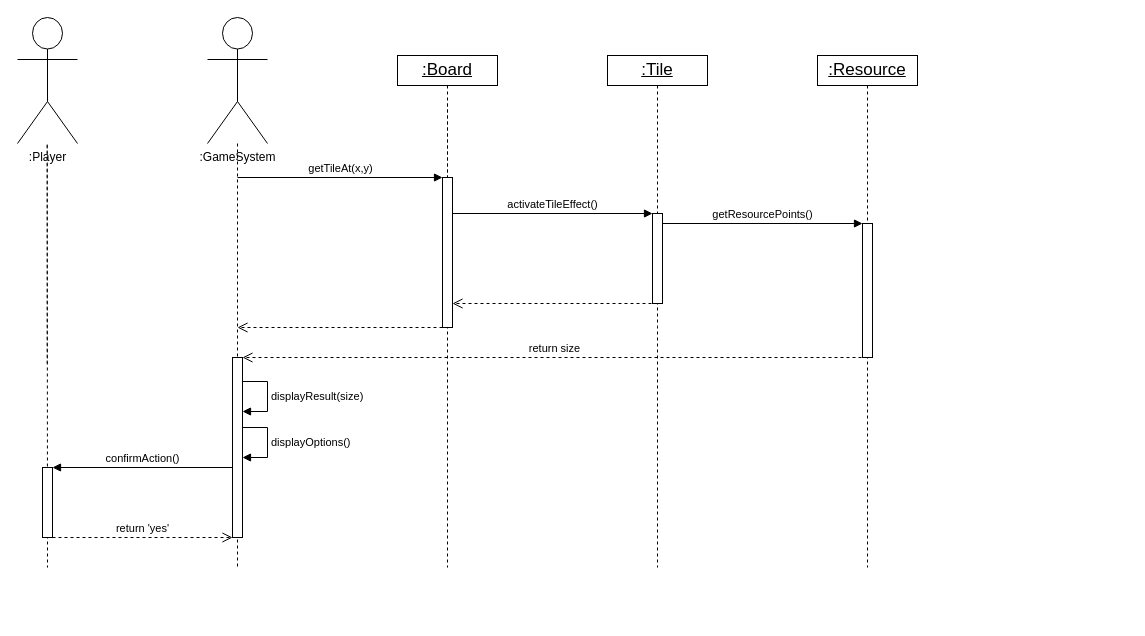
Before: page "Encounter Resource" (5 of 5) of Deliverables/Semester 1/PDF Report/Diagrams/Sequence Diagrams/Peter's Sequence diagrams.drawio in Xelodico/engineers-without-borders, a draw.io diagram. Source tidied: cells renumbered, new cells numbered last; positions are measured from the earlier drawing's top-left corner, leaving out a move shared by most shapes. Both pictures are drawn from the tidied source at 100%, with x=0, y=0 at pixel (17, 17).
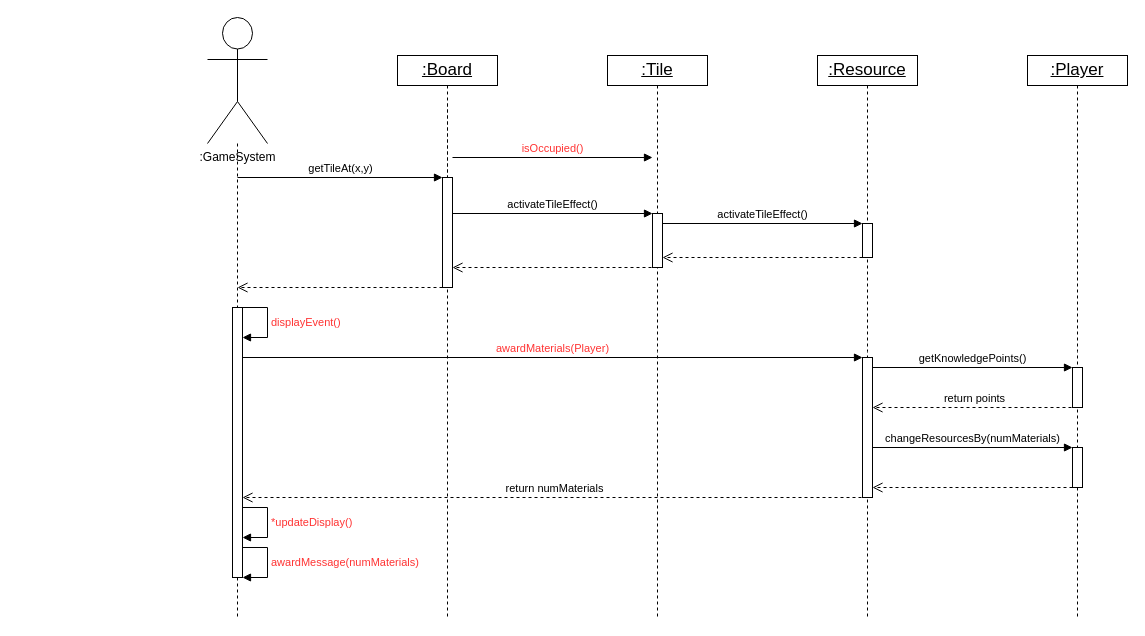
The same diagram, later.

Unchanged cells that the change refers to:
```xml
<mxCell id="2" value=":GameSystem" style="shape=umlActor;verticalLabelPosition=bottom;verticalAlign=top;html=1;outlineConnect=0;" parent="1" vertex="1">
  <mxGeometry x="190" width="60" height="126" as="geometry" />
</mxCell>
<mxCell id="12" value=":Tile" style="html=1;whiteSpace=wrap;fontStyle=4;fontSize=17;horizontal=1;" parent="1" vertex="1">
  <mxGeometry x="590" y="38" width="100" height="30" as="geometry" />
</mxCell>
<mxCell id="13" value=":Resource" style="html=1;whiteSpace=wrap;fontStyle=4;fontSize=17;horizontal=1;" parent="1" vertex="1">
  <mxGeometry x="800" y="38" width="100" height="30" as="geometry" />
</mxCell>
```

Diff of the diagram source:
```diff
@@
     <mxCell id="4" style="edgeStyle=orthogonalEdgeStyle;rounded=0;orthogonalLoop=1;jettySize=auto;html=1;dashed=1;endArrow=none;endFill=0;exitX=0.5;exitY=1;exitDx=0;exitDy=0;" parent="1" edge="1">
       <mxGeometry relative="1" as="geometry">
         <mxPoint x="430" y="86" as="sourcePoint" />
-        <mxPoint x="430" y="550" as="targetPoint" />
+        <mxPoint x="430" y="600" as="targetPoint" />
         <Array as="points">
           <mxPoint x="430" y="376" />
         </Array>
       </mxGeometry>
     </mxCell>
     <mxCell id="5" style="html=1;verticalAlign=bottom;endArrow=open;dashed=1;endSize=8;curved=0;rounded=0;" parent="1" edge="1" source="7">
       <mxGeometry relative="1" as="geometry">
-        <mxPoint x="220" y="310" as="targetPoint" />
+        <mxPoint x="220" y="270" as="targetPoint" />
       </mxGeometry>
     </mxCell>
@@
     <mxCell id="7" style="html=1;points=[[0,0,0,0,5],[0,1,0,0,-5],[1,0,0,0,5],[1,1,0,0,-5]];perimeter=orthogonalPerimeter;outlineConnect=0;targetShapes=umlLifeline;portConstraint=eastwest;newEdgeStyle={&quot;curved&quot;:0,&quot;rounded&quot;:0};" parent="1" vertex="1">
-      <mxGeometry x="425" y="160" width="10" height="150" as="geometry" />
+      <mxGeometry x="425" y="160" width="10" height="110" as="geometry" />
     </mxCell>
     <mxCell id="8" style="edgeStyle=orthogonalEdgeStyle;rounded=0;jettySize=auto;html=1;dashed=1;endArrow=none;endFill=0;exitX=0.5;exitY=1;exitDx=0;exitDy=0;" parent="1" edge="1" source="12">
       <mxGeometry relative="1" as="geometry">
-        <mxPoint x="640" y="550" as="targetPoint" />
+        <mxPoint x="640" y="600" as="targetPoint" />
       </mxGeometry>
     </mxCell>
     <mxCell id="9" style="html=1;points=[[0,0,0,0,5],[0,1,0,0,-5],[1,0,0,0,5],[1,1,0,0,-5]];perimeter=orthogonalPerimeter;outlineConnect=0;targetShapes=umlLifeline;portConstraint=eastwest;newEdgeStyle={&quot;curved&quot;:0,&quot;rounded&quot;:0};" parent="1" vertex="1">
-      <mxGeometry x="635" y="196" width="10" height="90" as="geometry" />
+      <mxGeometry x="635" y="196" width="10" height="54" as="geometry" />
     </mxCell>
@@
     <mxCell id="11" style="html=1;verticalAlign=bottom;endArrow=open;dashed=1;endSize=8;curved=0;rounded=0;" parent="1" edge="1">
       <mxGeometry relative="1" as="geometry">
-        <mxPoint x="640" y="286" as="sourcePoint" />
-        <mxPoint x="435" y="286" as="targetPoint" />
+        <mxPoint x="640" y="250" as="sourcePoint" />
+        <mxPoint x="435" y="250" as="targetPoint" />
       </mxGeometry>
     </mxCell>
@@
     <mxCell id="14" style="edgeStyle=orthogonalEdgeStyle;rounded=0;jettySize=auto;html=1;dashed=1;endArrow=none;endFill=0;exitX=0.5;exitY=1;exitDx=0;exitDy=0;" parent="1" edge="1" source="13">
       <mxGeometry relative="1" as="geometry">
-        <mxPoint x="850" y="550" as="targetPoint" />
+        <mxPoint x="850" y="600" as="targetPoint" />
       </mxGeometry>
     </mxCell>
     <mxCell id="15" style="html=1;points=[[0,0,0,0,5],[0,1,0,0,-5],[1,0,0,0,5],[1,1,0,0,-5]];perimeter=orthogonalPerimeter;outlineConnect=0;targetShapes=umlLifeline;portConstraint=eastwest;newEdgeStyle={&quot;curved&quot;:0,&quot;rounded&quot;:0};" parent="1" vertex="1">
-      <mxGeometry x="845" y="206" width="10" height="134" as="geometry" />
+      <mxGeometry x="845" y="206" width="10" height="34" as="geometry" />
     </mxCell>
-    <mxCell id="16" value="getResourcePoints()" style="html=1;verticalAlign=bottom;endArrow=block;curved=0;rounded=0;" parent="1" edge="1">
+    <mxCell id="16" value="activateTileEffect()" style="html=1;verticalAlign=bottom;endArrow=block;curved=0;rounded=0;fontColor=#000000;" parent="1" edge="1">
       <mxGeometry relative="1" as="geometry">
         <mxPoint x="645" y="206" as="sourcePoint" />
         <mxPoint x="845" y="206" as="targetPoint" />
       </mxGeometry>
     </mxCell>
-    <mxCell id="17" value="return size" style="html=1;verticalAlign=bottom;endArrow=open;dashed=1;endSize=8;curved=0;rounded=0;entryX=1;entryY=0;entryDx=0;entryDy=5;entryPerimeter=0;" parent="1" edge="1">
+    <mxCell id="17" value="return numMaterials" style="html=1;verticalAlign=bottom;endArrow=open;dashed=1;endSize=8;curved=0;rounded=0;entryX=1;entryY=0;entryDx=0;entryDy=5;entryPerimeter=0;" parent="1" edge="1">
       <mxGeometry relative="1" as="geometry">
-        <mxPoint x="850" y="340" as="sourcePoint" />
-        <mxPoint x="225" y="340" as="targetPoint" />
+        <mxPoint x="850" y="480" as="sourcePoint" />
+        <mxPoint x="225" y="480" as="targetPoint" />
       </mxGeometry>
     </mxCell>
+    <mxCell id="21" style="edgeStyle=orthogonalEdgeStyle;rounded=0;jettySize=auto;html=1;dashed=1;endArrow=none;endFill=0;" parent="1" edge="1" source="22">
+      <mxGeometry relative="1" as="geometry">
+        <mxPoint x="220" y="600" as="targetPoint" />
+        <Array as="points">
+          <mxPoint x="220" y="330" />
+          <mxPoint x="220" y="330" />
+        </Array>
+      </mxGeometry>
+    </mxCell>
+    <mxCell id="23" value="*updateDisplay()" style="html=1;align=left;spacingLeft=2;endArrow=block;rounded=0;edgeStyle=orthogonalEdgeStyle;curved=0;rounded=0;fontColor=#FF3333;" parent="1" edge="1">
+      <mxGeometry relative="1" as="geometry">
+        <mxPoint x="225" y="490" as="sourcePoint" />
+        <mxPoint x="225" y="520" as="targetPoint" />
+        <Array as="points">
+          <mxPoint x="250" y="520" />
+        </Array>
+      </mxGeometry>
+    </mxCell>
+    <mxCell id="27" value="getTileAt(x,y)" style="html=1;verticalAlign=bottom;endArrow=block;curved=0;rounded=0;" parent="1" edge="1" target="7">
+      <mxGeometry relative="1" as="geometry">
+        <mxPoint x="220" y="160" as="sourcePoint" />
+      </mxGeometry>
+    </mxCell>
+    <mxCell id="28" style="edgeStyle=orthogonalEdgeStyle;rounded=0;jettySize=auto;html=1;dashed=1;endArrow=none;endFill=0;entryX=1;entryY=0;entryDx=0;entryDy=5;entryPerimeter=0;" parent="1" edge="1" source="2" target="22">
+      <mxGeometry relative="1" as="geometry">
+        <Array as="points">
+          <mxPoint x="220" y="295" />
+        </Array>
+      </mxGeometry>
+    </mxCell>
+    <mxCell id="22" style="html=1;points=[[0,0,0,0,5],[0,1,0,0,-5],[1,0,0,0,5],[1,1,0,0,-5]];perimeter=orthogonalPerimeter;outlineConnect=0;targetShapes=umlLifeline;portConstraint=eastwest;newEdgeStyle={&quot;curved&quot;:0,&quot;rounded&quot;:0};" parent="1" vertex="1">
+      <mxGeometry x="215" y="290" width="10" height="270" as="geometry" />
+    </mxCell>
+    <mxCell id="29" value="displayEvent()" style="html=1;align=left;spacingLeft=2;endArrow=block;rounded=0;edgeStyle=orthogonalEdgeStyle;curved=0;rounded=0;fontColor=#FF3333;" parent="1" edge="1">
+      <mxGeometry relative="1" as="geometry">
+        <mxPoint x="225" y="290" as="sourcePoint" />
+        <mxPoint x="225" y="320" as="targetPoint" />
+        <Array as="points">
+          <mxPoint x="250" y="320" />
+        </Array>
+      </mxGeometry>
+    </mxCell>
-    <mxCell id="18" value=":Player" style="shape=umlActor;verticalLabelPosition=bottom;verticalAlign=top;html=1;outlineConnect=0;" parent="1" vertex="1">
-      <mxGeometry width="60" height="126" as="geometry" />
+    <mxCell id="18" value=":Player" style="html=1;whiteSpace=wrap;fontStyle=4;fontSize=17;horizontal=1;" parent="1" vertex="1">
+      <mxGeometry x="1010" y="38" width="100" height="30" as="geometry" />
     </mxCell>
-    <mxCell id="19" style="edgeStyle=orthogonalEdgeStyle;rounded=0;orthogonalLoop=1;jettySize=auto;html=1;dashed=1;endArrow=none;endFill=0;" parent="1" edge="1">
-      <mxGeometry relative="1" as="geometry">
-        <mxPoint x="29.7" y="346" as="sourcePoint" />
-        <mxPoint x="30" y="550" as="targetPoint" />
-        <Array as="points">
-          <mxPoint x="29.7" y="126" />
-          <mxPoint x="29.7" y="126" />
-        </Array>
-      </mxGeometry>
-    </mxCell>
-    <mxCell id="20" value="confirmAction()" style="html=1;verticalAlign=bottom;endArrow=block;curved=0;rounded=0;" parent="1" edge="1" source="22" target="26">
-      <mxGeometry relative="1" as="geometry" />
-    </mxCell>
-    <mxCell id="21" style="edgeStyle=orthogonalEdgeStyle;rounded=0;jettySize=auto;html=1;dashed=1;endArrow=none;endFill=0;" parent="1" edge="1" source="2">
-      <mxGeometry relative="1" as="geometry">
-        <mxPoint x="220" y="550" as="targetPoint" />
-        <Array as="points">
-          <mxPoint x="220" y="330" />
-          <mxPoint x="220" y="330" />
-        </Array>
-      </mxGeometry>
-    </mxCell>
-    <mxCell id="22" style="html=1;points=[[0,0,0,0,5],[0,1,0,0,-5],[1,0,0,0,5],[1,1,0,0,-5]];perimeter=orthogonalPerimeter;outlineConnect=0;targetShapes=umlLifeline;portConstraint=eastwest;newEdgeStyle={&quot;curved&quot;:0,&quot;rounded&quot;:0};" parent="1" vertex="1">
-      <mxGeometry x="215" y="340" width="10" height="180" as="geometry" />
-    </mxCell>
-    <mxCell id="23" value="displayResult(size)" style="html=1;align=left;spacingLeft=2;endArrow=block;rounded=0;edgeStyle=orthogonalEdgeStyle;curved=0;rounded=0;" parent="1" edge="1">
-      <mxGeometry relative="1" as="geometry">
-        <mxPoint x="225" y="364" as="sourcePoint" />
-        <mxPoint x="225" y="394" as="targetPoint" />
-        <Array as="points">
-          <mxPoint x="250" y="394" />
-        </Array>
-      </mxGeometry>
-    </mxCell>
-    <mxCell id="24" value="displayOptions()" style="html=1;align=left;spacingLeft=2;endArrow=block;rounded=0;edgeStyle=orthogonalEdgeStyle;curved=0;rounded=0;" parent="1" edge="1">
-      <mxGeometry relative="1" as="geometry">
-        <mxPoint x="225" y="410" as="sourcePoint" />
-        <mxPoint x="225" y="440" as="targetPoint" />
-        <Array as="points">
-          <mxPoint x="250" y="440" />
-        </Array>
-      </mxGeometry>
-    </mxCell>
-    <mxCell id="25" value="return 'yes'" style="html=1;verticalAlign=bottom;endArrow=open;dashed=1;endSize=8;curved=0;rounded=0;" parent="1" edge="1">
-      <mxGeometry relative="1" as="geometry">
-        <mxPoint x="35" y="520" as="sourcePoint" />
-        <mxPoint x="215" y="520" as="targetPoint" />
-      </mxGeometry>
-    </mxCell>
-    <mxCell id="26" style="html=1;points=[[0,0,0,0,5],[0,1,0,0,-5],[1,0,0,0,5],[1,1,0,0,-5]];perimeter=orthogonalPerimeter;outlineConnect=0;targetShapes=umlLifeline;portConstraint=eastwest;newEdgeStyle={&quot;curved&quot;:0,&quot;rounded&quot;:0};" parent="1" vertex="1">
-      <mxGeometry x="25" y="450" width="10" height="70" as="geometry" />
-    </mxCell>
-    <mxCell id="27" value="getTileAt(x,y)" style="html=1;verticalAlign=bottom;endArrow=block;curved=0;rounded=0;" parent="1" edge="1" target="7">
-      <mxGeometry relative="1" as="geometry">
-        <mxPoint x="220" y="160" as="sourcePoint" />
-      </mxGeometry>
-    </mxCell>
+    <mxCell id="30" value="getKnowledgePoints()" style="html=1;verticalAlign=bottom;endArrow=block;curved=0;rounded=0;" parent="1" edge="1">
+      <mxGeometry relative="1" as="geometry">
+        <mxPoint x="855" y="350" as="sourcePoint" />
+        <mxPoint x="1055" y="350" as="targetPoint" />
+      </mxGeometry>
+    </mxCell>
+    <mxCell id="31" style="edgeStyle=orthogonalEdgeStyle;rounded=0;jettySize=auto;html=1;dashed=1;endArrow=none;endFill=0;exitX=0.5;exitY=1;exitDx=0;exitDy=0;" parent="1" edge="1" source="18">
+      <mxGeometry relative="1" as="geometry">
+        <mxPoint x="1060" y="600" as="targetPoint" />
+      </mxGeometry>
+    </mxCell>
+    <mxCell id="32" value="return points" style="html=1;verticalAlign=bottom;endArrow=open;dashed=1;endSize=8;curved=0;rounded=0;" parent="1" edge="1">
+      <mxGeometry relative="1" as="geometry">
+        <mxPoint x="1060" y="390" as="sourcePoint" />
+        <mxPoint x="855" y="390" as="targetPoint" />
+      </mxGeometry>
+    </mxCell>
+    <mxCell id="33" style="html=1;verticalAlign=bottom;endArrow=open;dashed=1;endSize=8;curved=0;rounded=0;" parent="1" edge="1" source="15">
+      <mxGeometry relative="1" as="geometry">
+        <mxPoint x="645" y="240" as="targetPoint" />
+      </mxGeometry>
+    </mxCell>
+    <mxCell id="34" value="awardMaterials(Player)" style="html=1;verticalAlign=bottom;endArrow=block;curved=0;rounded=0;fontColor=#FF3333;" parent="1" edge="1" target="35">
+      <mxGeometry relative="1" as="geometry">
+        <mxPoint x="225" y="340" as="sourcePoint" />
+      </mxGeometry>
+    </mxCell>
+    <mxCell id="35" style="html=1;points=[[0,0,0,0,5],[0,1,0,0,-5],[1,0,0,0,5],[1,1,0,0,-5]];perimeter=orthogonalPerimeter;outlineConnect=0;targetShapes=umlLifeline;portConstraint=eastwest;newEdgeStyle={&quot;curved&quot;:0,&quot;rounded&quot;:0};" parent="1" vertex="1">
+      <mxGeometry x="845" y="340" width="10" height="140" as="geometry" />
+    </mxCell>
+    <mxCell id="36" style="html=1;perimeter=orthogonalPerimeter;targetShapes=umlLifeline;newEdgeStyle={&quot;curved&quot;:0,&quot;rounded&quot;:0};" parent="1" vertex="1">
+      <mxGeometry x="1055" y="350" width="10" height="40" as="geometry" />
+    </mxCell>
+    <mxCell id="37" value="changeResourcesBy(numMaterials)" style="html=1;verticalAlign=bottom;endArrow=block;curved=0;rounded=0;fontColor=#000000;" parent="1" edge="1" source="35" target="38">
+      <mxGeometry relative="1" as="geometry" />
+    </mxCell>
+    <mxCell id="38" style="html=1;points=[[0,0,0,0,5],[0,1,0,0,-5],[1,0,0,0,5],[1,1,0,0,-5]];perimeter=orthogonalPerimeter;outlineConnect=0;targetShapes=umlLifeline;portConstraint=eastwest;newEdgeStyle={&quot;curved&quot;:0,&quot;rounded&quot;:0};" parent="1" vertex="1">
+      <mxGeometry x="1055" y="430" width="10" height="40" as="geometry" />
+    </mxCell>
+    <mxCell id="39" style="html=1;verticalAlign=bottom;endArrow=open;dashed=1;endSize=8;curved=0;rounded=0;" parent="1" edge="1">
+      <mxGeometry relative="1" as="geometry">
+        <mxPoint x="1055" y="470" as="sourcePoint" />
+        <mxPoint x="855" y="470" as="targetPoint" />
+      </mxGeometry>
+    </mxCell>
+    <mxCell id="40" value="awardMessage(numMaterials)" style="html=1;align=left;spacingLeft=2;endArrow=block;rounded=0;edgeStyle=orthogonalEdgeStyle;curved=0;rounded=0;fontColor=#FF3333;" parent="1" edge="1">
+      <mxGeometry relative="1" as="geometry">
+        <mxPoint x="225" y="530" as="sourcePoint" />
+        <mxPoint x="225" y="560" as="targetPoint" />
+        <Array as="points">
+          <mxPoint x="250" y="560" />
+        </Array>
+      </mxGeometry>
+    </mxCell>
+    <mxCell id="41" value="isOccupied()" style="html=1;verticalAlign=bottom;endArrow=block;curved=0;rounded=0;fontColor=#FF3333;" parent="1" edge="1">
+      <mxGeometry relative="1" as="geometry">
+        <mxPoint x="435" y="140" as="sourcePoint" />
+        <mxPoint x="635" y="140" as="targetPoint" />
+      </mxGeometry>
+    </mxCell>
```
